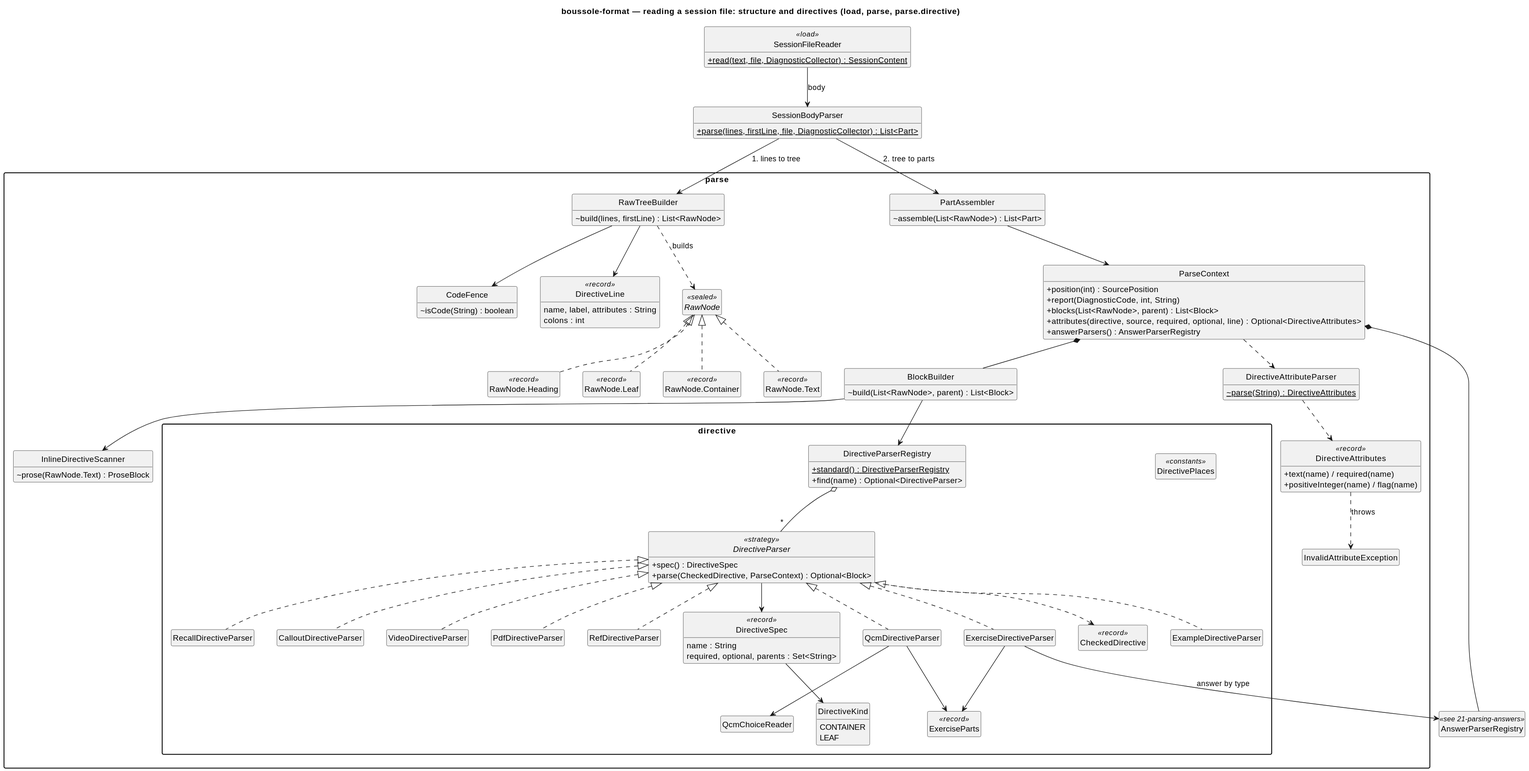
Earlier version of the PlantUML export docs/diagrams/20-parsing-structure.svg (lucasssoh/Boussole).
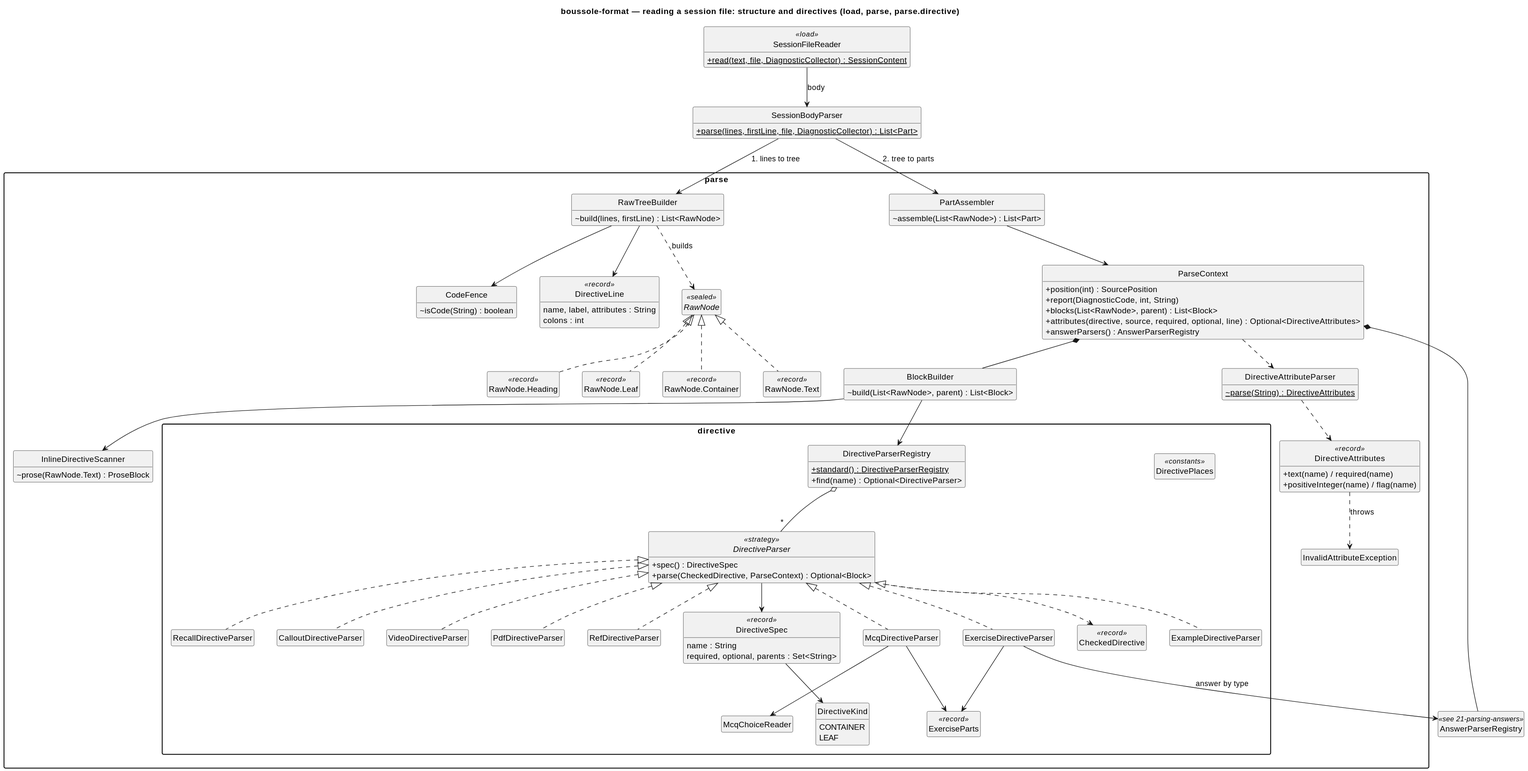
Later version of the same file.

The edit, as a diff of the source:
```diff
@@ -82,9 +82,9 @@
   class PdfDirectiveParser
   class RefDirectiveParser
   class ExerciseDirectiveParser
-  class QcmDirectiveParser
+  class McqDirectiveParser
   class ExerciseParts <<record>>
-  class QcmChoiceReader
+  class McqChoiceReader
 }
 
 class AnswerParserRegistry <<see 21-parsing-answers>>
@@ -119,9 +119,9 @@
 DirectiveParser <|.. PdfDirectiveParser
 DirectiveParser <|.. RefDirectiveParser
 DirectiveParser <|.. ExerciseDirectiveParser
-DirectiveParser <|.. QcmDirectiveParser
+DirectiveParser <|.. McqDirectiveParser
 ExerciseDirectiveParser --> ExerciseParts
-QcmDirectiveParser --> ExerciseParts
-QcmDirectiveParser --> QcmChoiceReader
+McqDirectiveParser --> ExerciseParts
+McqDirectiveParser --> McqChoiceReader
 ExerciseDirectiveParser --> AnswerParserRegistry : answer by type
 @enduml
```
